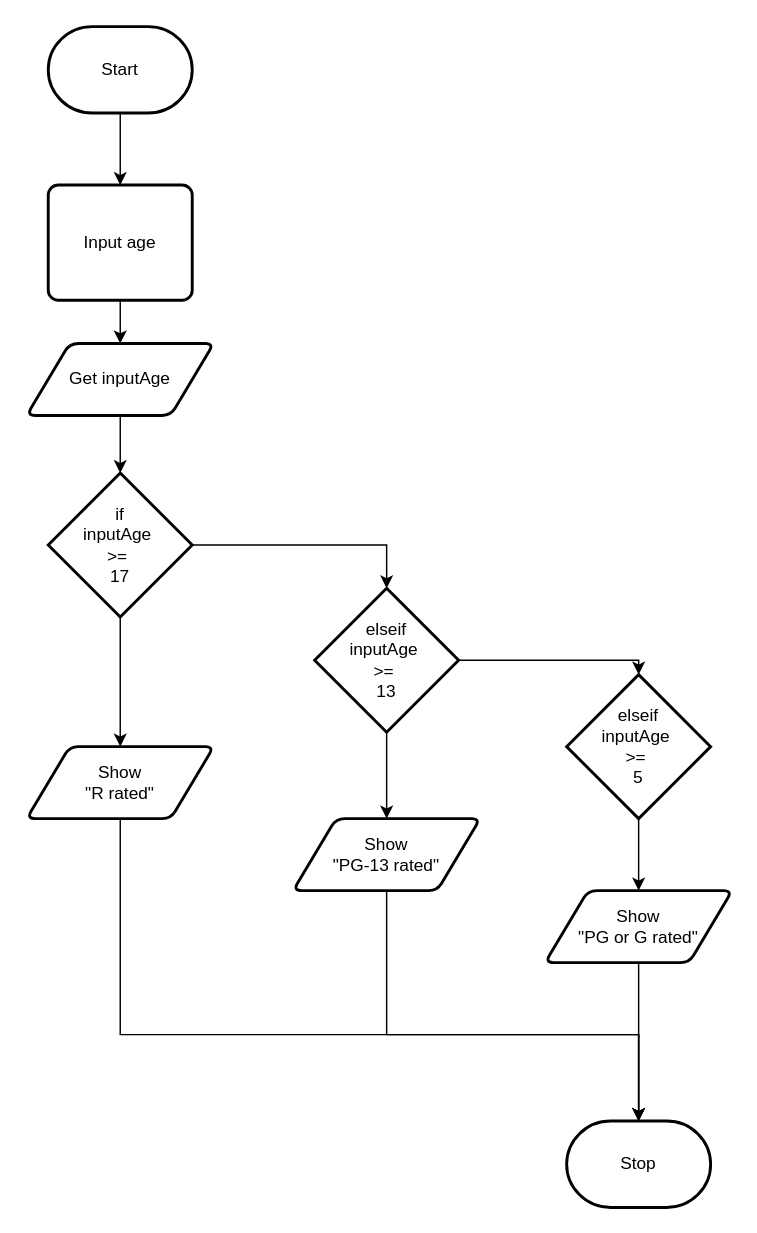
Before: design/flowchart.drawio in MTHS-ICD2O-1-2024/ICD2O-Unit-5-03-Domenic-dangelo, a draw.io diagram. Source tidied: cells renumbered, new cells numbered last; positions are measured from the earlier drawing's top-left corner, leaving out a move shared by most shapes. Both pictures are drawn from the tidied source at 144%, with x=0, y=0 at pixel (26, 26).
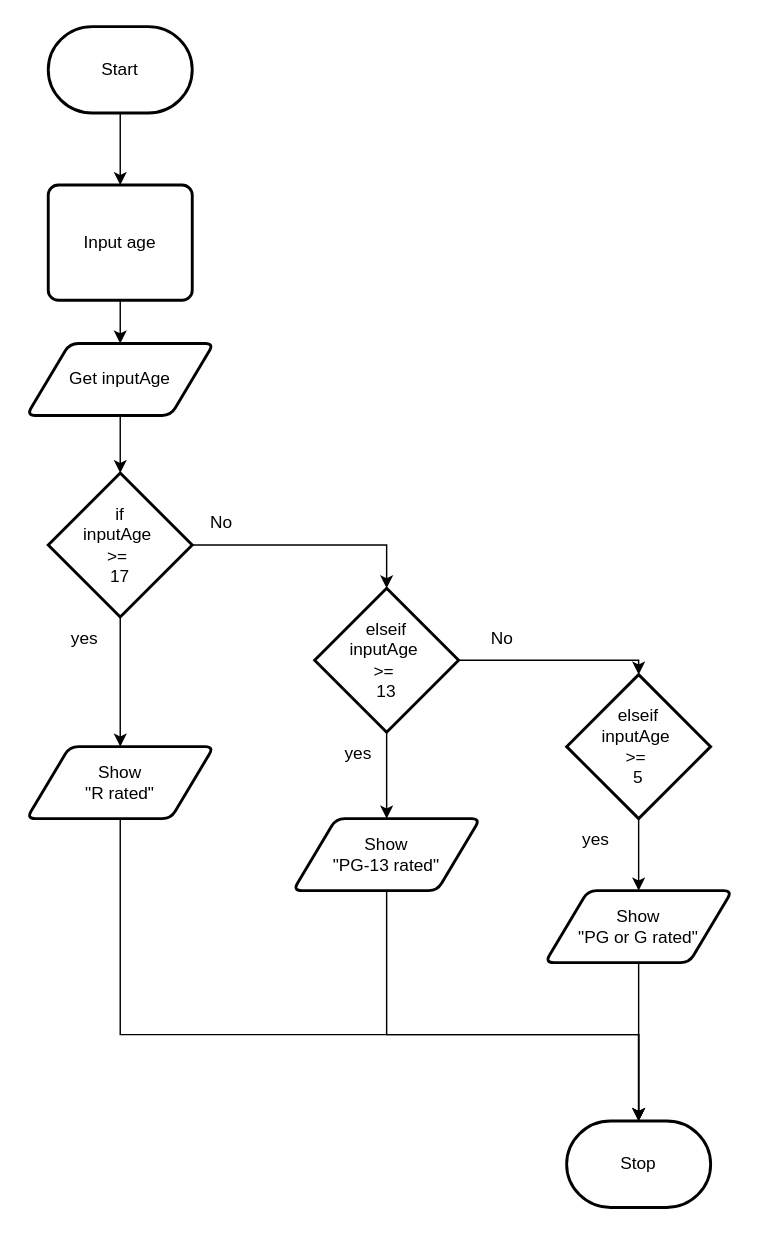
The same diagram, later.

Change to the diagram source:
```diff
@@
+    <mxCell id="23" value="yes" style="text;html=1;align=center;verticalAlign=middle;strokeColor=none;fillColor=none;" parent="1" vertex="1">
+      <mxGeometry x="20" y="410" width="40" height="30" as="geometry" />
+    </mxCell>
+    <mxCell id="24" value="yes" style="text;html=1;align=center;verticalAlign=middle;strokeColor=none;fillColor=none;" parent="1" vertex="1">
+      <mxGeometry x="210" y="490" width="40" height="30" as="geometry" />
+    </mxCell>
+    <mxCell id="25" value="yes" style="text;html=1;align=center;verticalAlign=middle;strokeColor=none;fillColor=none;" parent="1" vertex="1">
+      <mxGeometry x="375" y="550" width="40" height="30" as="geometry" />
+    </mxCell>
+    <mxCell id="26" value="No" style="text;html=1;align=center;verticalAlign=middle;strokeColor=none;fillColor=none;" parent="1" vertex="1">
+      <mxGeometry x="115" y="330" width="40" height="30" as="geometry" />
+    </mxCell>
+    <mxCell id="27" value="No" style="text;html=1;align=center;verticalAlign=middle;strokeColor=none;fillColor=none;" parent="1" vertex="1">
+      <mxGeometry x="310" y="410" width="40" height="30" as="geometry" />
+    </mxCell>
```
